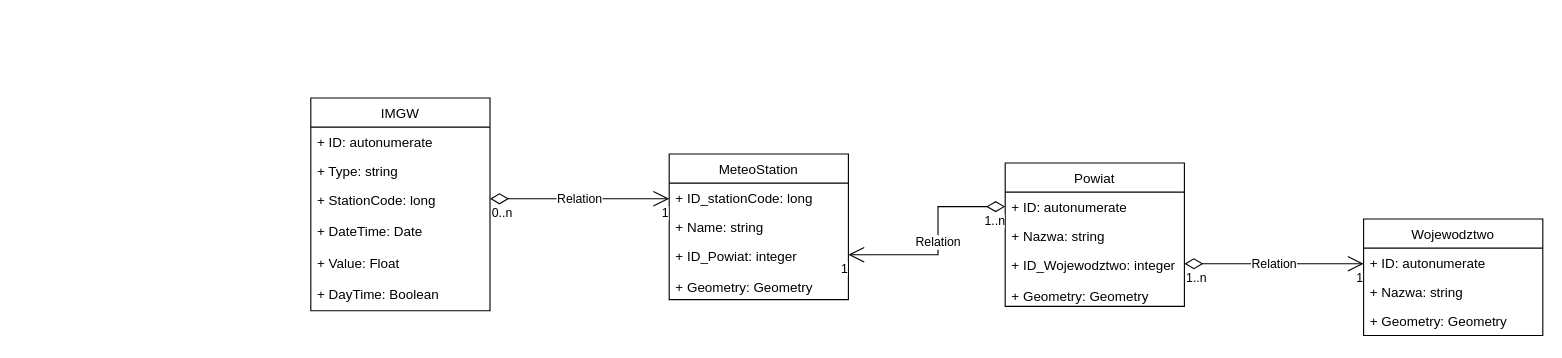
The draw.io diagram projekt1/UMLclass.drawio in jakubGryzio/PAG_II, before the edit. Source tidied: cells renumbered, new cells numbered last; positions are measured from the earlier drawing's top-left corner, leaving out a move shared by most shapes. Both pictures are drawn from the tidied source at 112%, with x=0, y=0 at pixel (310, 97).
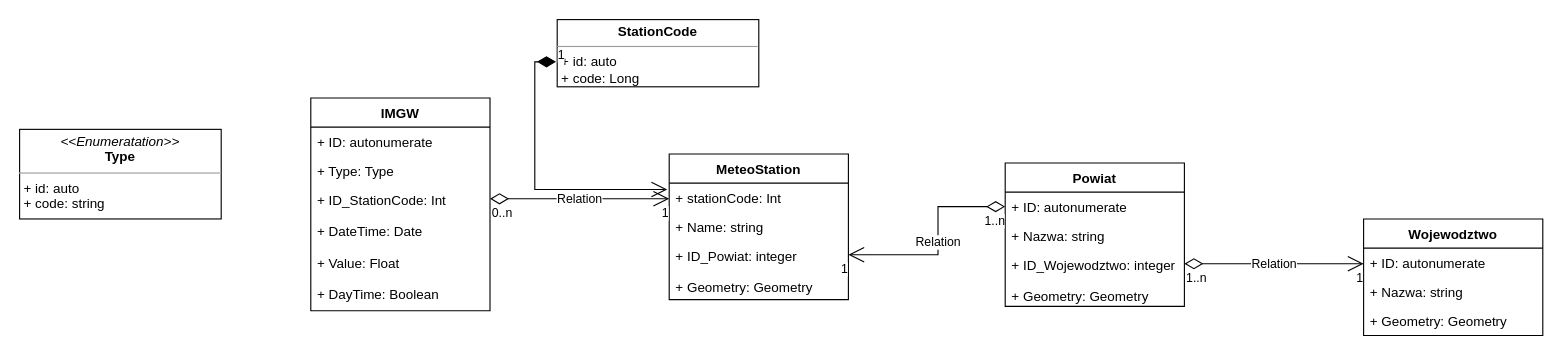
The same diagram, later.

Diff of the diagram source:
```diff
@@
-    <mxCell id="2" value="IMGW" style="swimlane;fontStyle=0;horizontal=1;startSize=26;fillColor=none;" parent="1" vertex="1">
+    <mxCell id="2" value="IMGW" style="swimlane;fontStyle=1;horizontal=1;startSize=26;fillColor=none;" parent="1" vertex="1">
       <mxGeometry width="160" height="190" as="geometry" />
     </mxCell>
@@
-    <mxCell id="4" value="+ Type: string" style="text;strokeColor=none;fillColor=none;align=left;verticalAlign=top;spacingLeft=4;spacingRight=4;overflow=hidden;" parent="2" vertex="1">
+    <mxCell id="4" value="+ Type: Type" style="text;strokeColor=none;fillColor=none;align=left;verticalAlign=top;spacingLeft=4;spacingRight=4;overflow=hidden;" parent="2" vertex="1">
       <mxGeometry y="52" width="160" height="26" as="geometry" />
     </mxCell>
-    <mxCell id="5" value="+ StationCode: long&#10;&#10;+ DateTime: Date&#10;&#10;+ Value: Float&#10;&#10;+ DayTime: Boolean&#10;" style="text;strokeColor=none;fillColor=none;align=left;verticalAlign=top;spacingLeft=4;spacingRight=4;overflow=hidden;" parent="2" vertex="1">
+    <mxCell id="5" value="+ ID_StationCode: Int&#10;&#10;+ DateTime: Date&#10;&#10;+ Value: Float&#10;&#10;+ DayTime: Boolean&#10;" style="text;strokeColor=none;fillColor=none;align=left;verticalAlign=top;spacingLeft=4;spacingRight=4;overflow=hidden;" parent="2" vertex="1">
       <mxGeometry y="78" width="160" height="112" as="geometry" />
     </mxCell>
-    <mxCell id="6" value="MeteoStation" style="swimlane;fontStyle=0;horizontal=1;startSize=26;fillColor=none;" parent="1" vertex="1">
+    <mxCell id="6" value="MeteoStation" style="swimlane;fontStyle=1;horizontal=1;startSize=26;fillColor=none;" parent="1" vertex="1">
       <mxGeometry x="320" y="50" width="160" height="130" as="geometry" />
     </mxCell>
-    <mxCell id="7" value="+ ID_stationCode: long" style="text;strokeColor=none;fillColor=none;align=left;verticalAlign=top;spacingLeft=4;spacingRight=4;overflow=hidden;points=[[0,0.5],[1,0.5]];portConstraint=eastwest;" parent="6" vertex="1">
+    <mxCell id="7" value="+ stationCode: Int" style="text;strokeColor=none;fillColor=none;align=left;verticalAlign=top;spacingLeft=4;spacingRight=4;overflow=hidden;points=[[0,0.5],[1,0.5]];portConstraint=eastwest;" parent="6" vertex="1">
       <mxGeometry y="26" width="160" height="26" as="geometry" />
     </mxCell>
@@
-    <mxCell id="13" value="Powiat" style="swimlane;fontStyle=0;horizontal=1;startSize=26;fillColor=none;" parent="1" vertex="1">
+    <mxCell id="13" value="Powiat" style="swimlane;fontStyle=1;horizontal=1;startSize=26;fillColor=none;" parent="1" vertex="1">
       <mxGeometry x="620" y="58" width="160" height="128" as="geometry" />
     </mxCell>
@@
-    <mxCell id="17" value="Wojewodztwo" style="swimlane;fontStyle=0;horizontal=1;startSize=26;fillColor=none;" parent="1" vertex="1">
+    <mxCell id="17" value="Wojewodztwo" style="swimlane;fontStyle=1;horizontal=1;startSize=26;fillColor=none;" parent="1" vertex="1">
       <mxGeometry x="940" y="108" width="160" height="104" as="geometry" />
     </mxCell>
@@
+    <mxCell id="27" value="&lt;p style=&quot;margin: 0px ; margin-top: 4px ; text-align: center&quot;&gt;&lt;i&gt;&amp;lt;&amp;lt;Enumeratation&amp;gt;&amp;gt;&lt;/i&gt;&lt;br&gt;&lt;b&gt;Type&lt;/b&gt;&lt;/p&gt;&lt;hr size=&quot;1&quot;&gt;&lt;p style=&quot;margin: 0px ; margin-left: 4px&quot;&gt;+ id: auto&lt;br&gt;+ code: string&lt;/p&gt;&lt;hr size=&quot;1&quot;&gt;&lt;p style=&quot;margin: 0px ; margin-left: 4px&quot;&gt;&lt;br&gt;&lt;/p&gt;" style="verticalAlign=top;align=left;overflow=fill;fontSize=12;fontFamily=Helvetica;html=1;" parent="1" vertex="1">
+      <mxGeometry x="-260" y="28" width="180" height="80" as="geometry" />
+    </mxCell>
+    <mxCell id="28" value="&lt;p style=&quot;margin: 0px ; margin-top: 4px ; text-align: center&quot;&gt;&lt;b&gt;StationCode&lt;/b&gt;&lt;/p&gt;&lt;hr size=&quot;1&quot;&gt;&lt;p style=&quot;margin: 0px ; margin-left: 4px&quot;&gt;+ id: auto&lt;br&gt;+ code: Long&lt;/p&gt;&lt;hr size=&quot;1&quot;&gt;&lt;p style=&quot;margin: 0px ; margin-left: 4px&quot;&gt;&lt;br&gt;&lt;/p&gt;" style="verticalAlign=top;align=left;overflow=fill;fontSize=12;fontFamily=Helvetica;html=1;" parent="1" vertex="1">
+      <mxGeometry x="220" y="-70" width="180" height="60" as="geometry" />
+    </mxCell>
+    <mxCell id="29" value="1" style="endArrow=open;html=1;endSize=12;startArrow=diamondThin;startSize=14;startFill=1;edgeStyle=orthogonalEdgeStyle;align=left;verticalAlign=bottom;rounded=0;exitX=-0.006;exitY=0.628;exitDx=0;exitDy=0;exitPerimeter=0;entryX=-0.011;entryY=0.218;entryDx=0;entryDy=0;entryPerimeter=0;" parent="1" edge="1" source="28" target="7">
+      <mxGeometry x="-1" y="3" relative="1" as="geometry">
+        <Array as="points">
+          <mxPoint x="200" y="-32" />
+          <mxPoint x="200" y="82" />
+        </Array>
+      </mxGeometry>
+    </mxCell>
```
